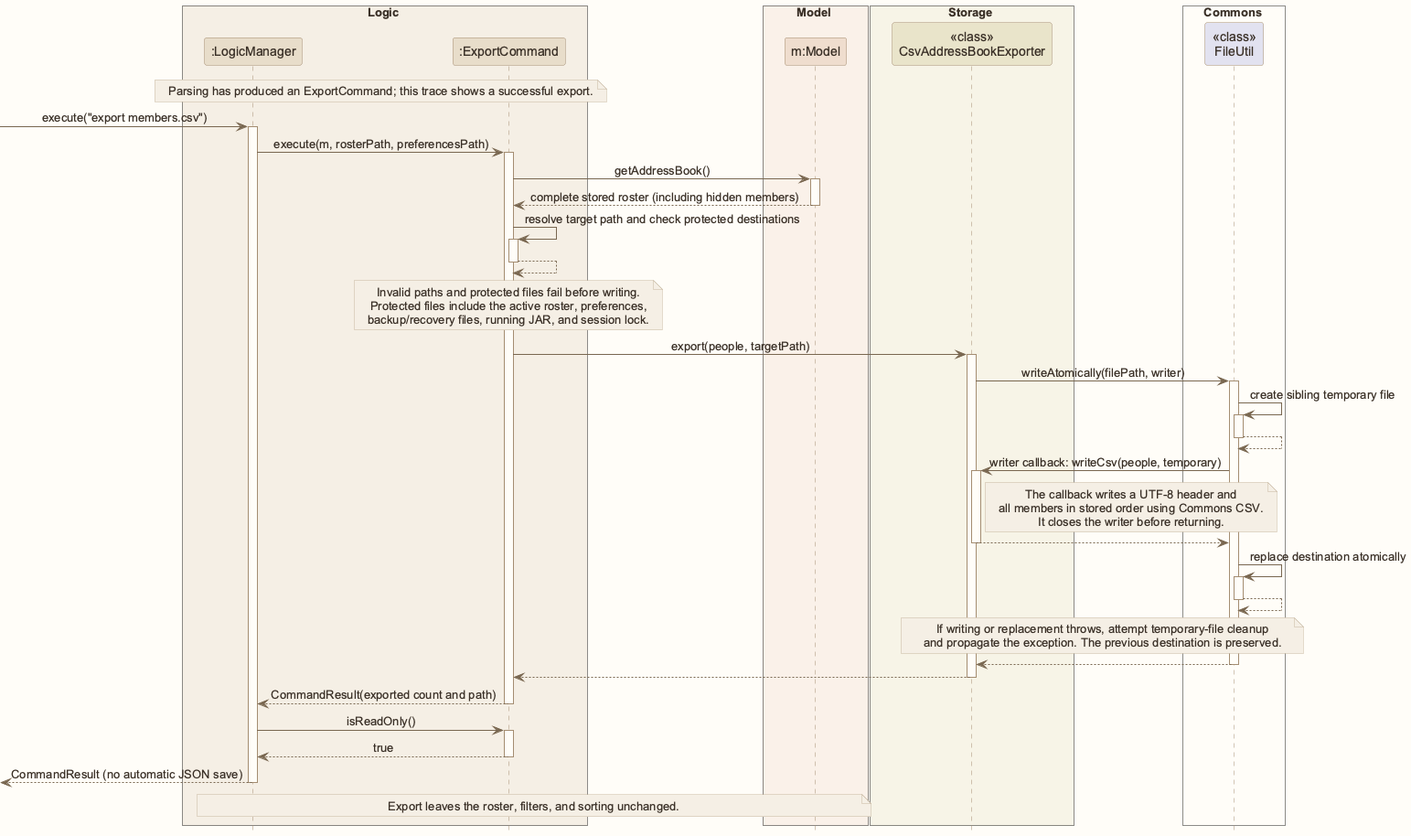
Earlier version of the PlantUML export docs/images/CsvExportSequenceDiagram.png (AY2627S1-CS2103T-W12-1/tp).
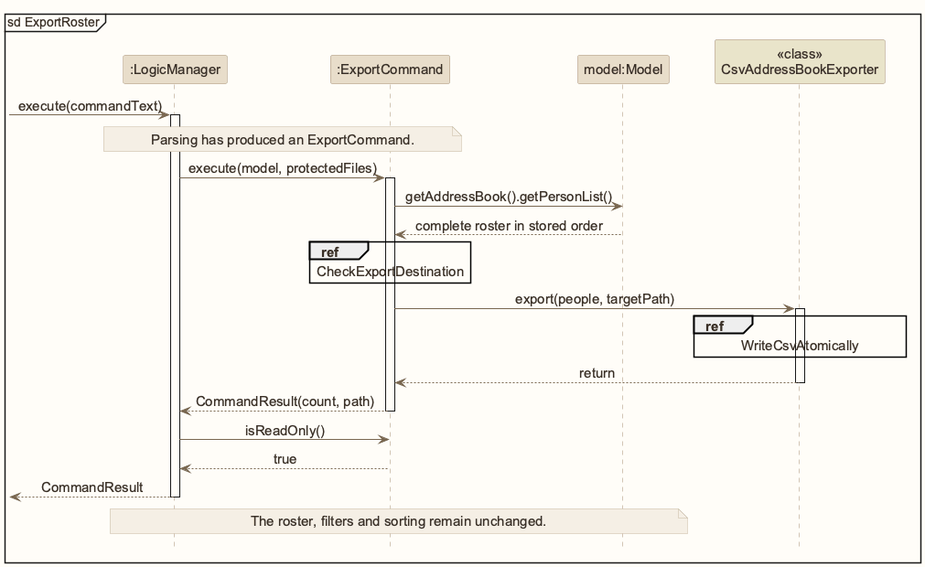
The same diagram one commit later.

Change to the diagram source:
```diff
@@ -1,76 +1,30 @@
 @startuml
-!pragma layout smetana
 !include style.puml
 skinparam ArrowFontStyle plain
-
-box Logic LOGIC_COLOR_T1
+skinparam DefaultFontSize 15
+mainframe sd ExportRoster
 participant ":LogicManager" as Logic LOGIC_COLOR
 participant ":ExportCommand" as Command LOGIC_COLOR
-end box
-box Model MODEL_COLOR_T1
-participant "m:Model" as Model MODEL_COLOR
-end box
-box Storage STORAGE_COLOR_T1
+participant "model:Model" as Model MODEL_COLOR
 participant "<<class>>\nCsvAddressBookExporter" as Exporter STORAGE_COLOR
-end box
-box Commons #FFFDF8
-participant "<<class>>\nFileUtil" as FileUtil
-end box
-
-note over Logic, Command: Parsing has produced an ExportCommand; this trace shows a successful export.
-[-> Logic : execute("export members.csv")
+[-> Logic : execute(commandText)
 activate Logic
-Logic -> Command : execute(m, rosterPath, preferencesPath)
+note over Logic,Command : Parsing has produced an ExportCommand.
+Logic -> Command : execute(model, protectedFiles)
 activate Command
-Command -> Model : getAddressBook()
-activate Model
-Model --> Command : complete stored roster (including hidden members)
-deactivate Model
-Command -> Command : resolve target path and check protected destinations
-activate Command
-Command --> Command
-deactivate Command
-note over Command
-Invalid paths and protected files fail before writing.
-Protected files include the active roster, preferences,
-backup/recovery files, running JAR, and session lock.
-end note
+Command -> Model : getAddressBook().getPersonList()
+Model --> Command : complete roster in stored order
+ref over Command : CheckExportDestination
 Command -> Exporter : export(people, targetPath)
 activate Exporter
-Exporter -> FileUtil : writeAtomically(filePath, writer)
-activate FileUtil
-FileUtil -> FileUtil : create sibling temporary file
-activate FileUtil
-FileUtil --> FileUtil
-deactivate FileUtil
-FileUtil -> Exporter : writer callback: writeCsv(people, temporary)
-activate Exporter
-note right of Exporter
-The callback writes a UTF-8 header and
-all members in stored order using Commons CSV.
-It closes the writer before returning.
-end note
-Exporter --> FileUtil
+ref over Exporter : WriteCsvAtomically
+Exporter --> Command : return
 deactivate Exporter
-FileUtil -> FileUtil : replace destination atomically
-activate FileUtil
-FileUtil --> FileUtil
-deactivate FileUtil
-note over Exporter, FileUtil
-If writing or replacement throws, attempt temporary-file cleanup
-and propagate the exception. The previous destination is preserved.
-end note
-FileUtil --> Exporter
-deactivate FileUtil
-Exporter --> Command
-deactivate Exporter
-Command --> Logic : CommandResult(exported count and path)
+Command --> Logic : CommandResult(count, path)
 deactivate Command
 Logic -> Command : isReadOnly()
-activate Command
 Command --> Logic : true
-deactivate Command
-[<-- Logic : CommandResult (no automatic JSON save)
+Logic -->[ : CommandResult
 deactivate Logic
-note over Logic, Model: Export leaves the roster, filters, and sorting unchanged.
+note over Logic,Model : The roster, filters and sorting remain unchanged.
 @enduml
```
